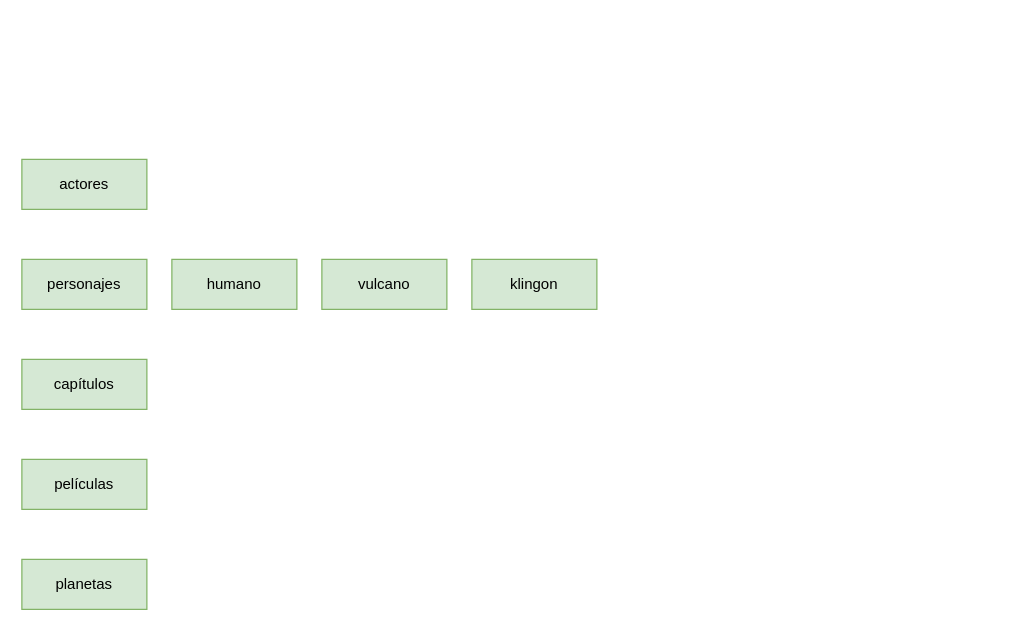
Earlier version of the draw.io diagram page "Paso 1" (1 of 4) of Tareas/Tema 2/Tarea 10/Ejercicio10.drawio (JCarlosAR032/base-de-datos). Source tidied: cells renumbered, new cells numbered last; positions are measured from the earlier drawing's top-left corner, leaving out a move shared by most shapes. Both pictures are drawn from the tidied source at 125%, with x=0, y=0 at pixel (21, 159).
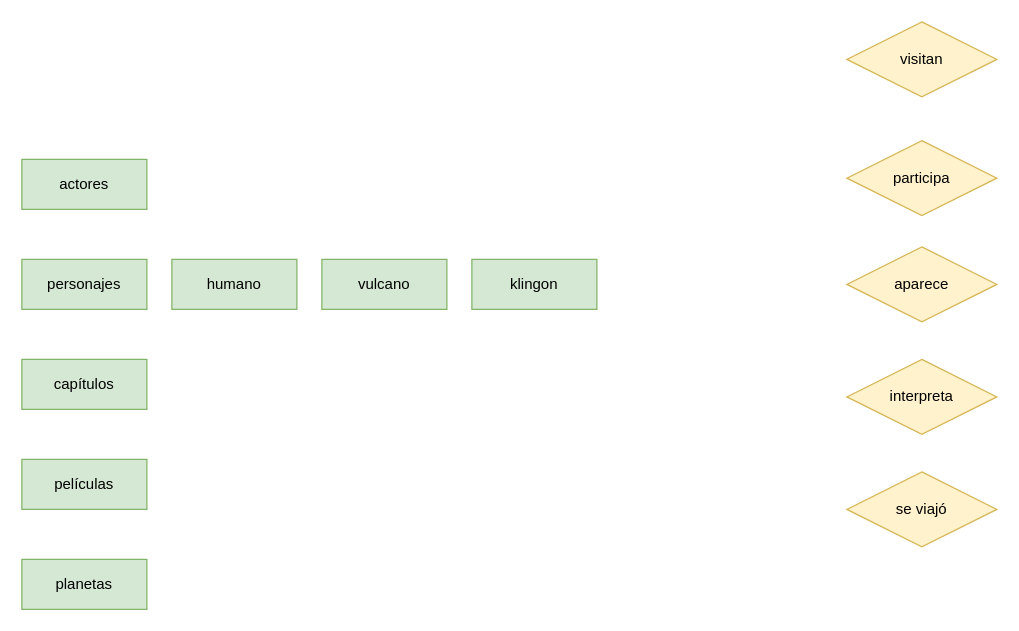
Above is the later version.

The edit, as a diff of the source:
```diff
@@
 <mxGraphModel>
   <root>
     <mxCell id="0" />
     <mxCell id="1" parent="0" />
     <mxCell id="2" value="actores" style="whiteSpace=wrap;html=1;align=center;fillColor=#d5e8d4;strokeColor=#82b366;" parent="1" vertex="1">
       <mxGeometry width="100" height="40" as="geometry" />
     </mxCell>
     <mxCell id="3" value="personajes" style="whiteSpace=wrap;html=1;align=center;fillColor=#d5e8d4;strokeColor=#82b366;" parent="1" vertex="1">
       <mxGeometry y="80" width="100" height="40" as="geometry" />
     </mxCell>
     <mxCell id="4" value="capítulos" style="whiteSpace=wrap;html=1;align=center;fillColor=#d5e8d4;strokeColor=#82b366;" parent="1" vertex="1">
       <mxGeometry y="160" width="100" height="40" as="geometry" />
     </mxCell>
     <mxCell id="5" value="películas" style="whiteSpace=wrap;html=1;align=center;fillColor=#d5e8d4;strokeColor=#82b366;" parent="1" vertex="1">
       <mxGeometry y="240" width="100" height="40" as="geometry" />
     </mxCell>
     <mxCell id="6" value="planetas" style="whiteSpace=wrap;html=1;align=center;fillColor=#d5e8d4;strokeColor=#82b366;" parent="1" vertex="1">
       <mxGeometry y="320" width="100" height="40" as="geometry" />
     </mxCell>
     <mxCell id="7" value="humano" style="whiteSpace=wrap;html=1;align=center;fillColor=#d5e8d4;strokeColor=#82b366;" parent="1" vertex="1">
       <mxGeometry x="120" y="80" width="100" height="40" as="geometry" />
     </mxCell>
     <mxCell id="8" value="vulcano" style="whiteSpace=wrap;html=1;align=center;fillColor=#d5e8d4;strokeColor=#82b366;" parent="1" vertex="1">
       <mxGeometry x="240" y="80" width="100" height="40" as="geometry" />
     </mxCell>
     <mxCell id="9" value="klingon" style="whiteSpace=wrap;html=1;align=center;fillColor=#d5e8d4;strokeColor=#82b366;" parent="1" vertex="1">
       <mxGeometry x="360" y="80" width="100" height="40" as="geometry" />
     </mxCell>
+    <mxCell id="10" value="se viajó" style="shape=rhombus;perimeter=rhombusPerimeter;whiteSpace=wrap;html=1;align=center;fillColor=#fff2cc;strokeColor=#d6b656;" parent="1" vertex="1">
+      <mxGeometry x="660" y="250" width="120" height="60" as="geometry" />
+    </mxCell>
+    <mxCell id="11" value="visitan" style="shape=rhombus;perimeter=rhombusPerimeter;whiteSpace=wrap;html=1;align=center;fillColor=#fff2cc;strokeColor=#d6b656;" parent="1" vertex="1">
+      <mxGeometry x="660" y="-110" width="120" height="60" as="geometry" />
+    </mxCell>
+    <mxCell id="12" value="participa" style="shape=rhombus;perimeter=rhombusPerimeter;whiteSpace=wrap;html=1;align=center;fillColor=#fff2cc;strokeColor=#d6b656;" parent="1" vertex="1">
+      <mxGeometry x="660" y="-15" width="120" height="60" as="geometry" />
+    </mxCell>
+    <mxCell id="13" value="aparece" style="shape=rhombus;perimeter=rhombusPerimeter;whiteSpace=wrap;html=1;align=center;fillColor=#fff2cc;strokeColor=#d6b656;" parent="1" vertex="1">
+      <mxGeometry x="660" y="70" width="120" height="60" as="geometry" />
+    </mxCell>
+    <mxCell id="14" value="interpreta" style="shape=rhombus;perimeter=rhombusPerimeter;whiteSpace=wrap;html=1;align=center;fillColor=#fff2cc;strokeColor=#d6b656;" parent="1" vertex="1">
+      <mxGeometry x="660" y="160" width="120" height="60" as="geometry" />
+    </mxCell>
   </root>
 </mxGraphModel>
```
